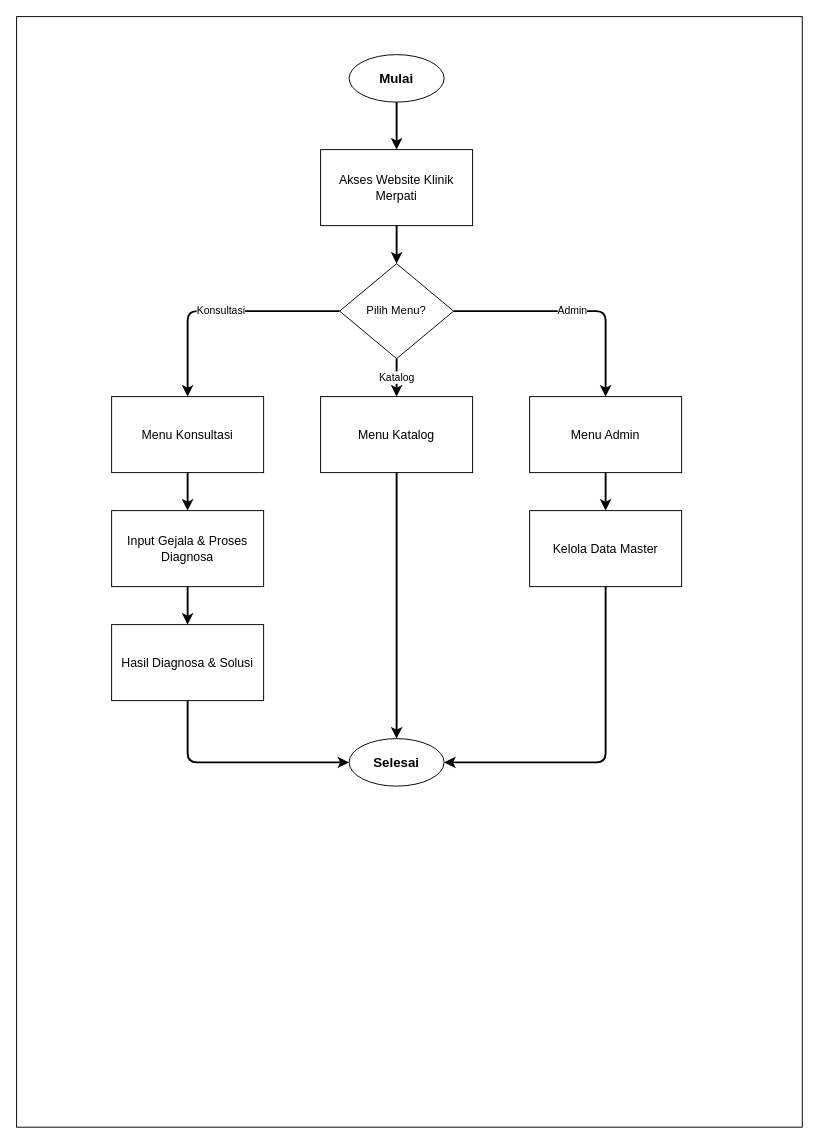
Above: diagram/flowchart/sistem_baru.drawio in Jinsky/Jinsky (draw.io), before the change. Source tidied: cells renumbered, new cells numbered last; positions are measured from the earlier drawing's top-left corner, leaving out a move shared by most shapes. Both pictures are drawn from the tidied source at 95%, with x=0, y=0 at pixel (16, 16).
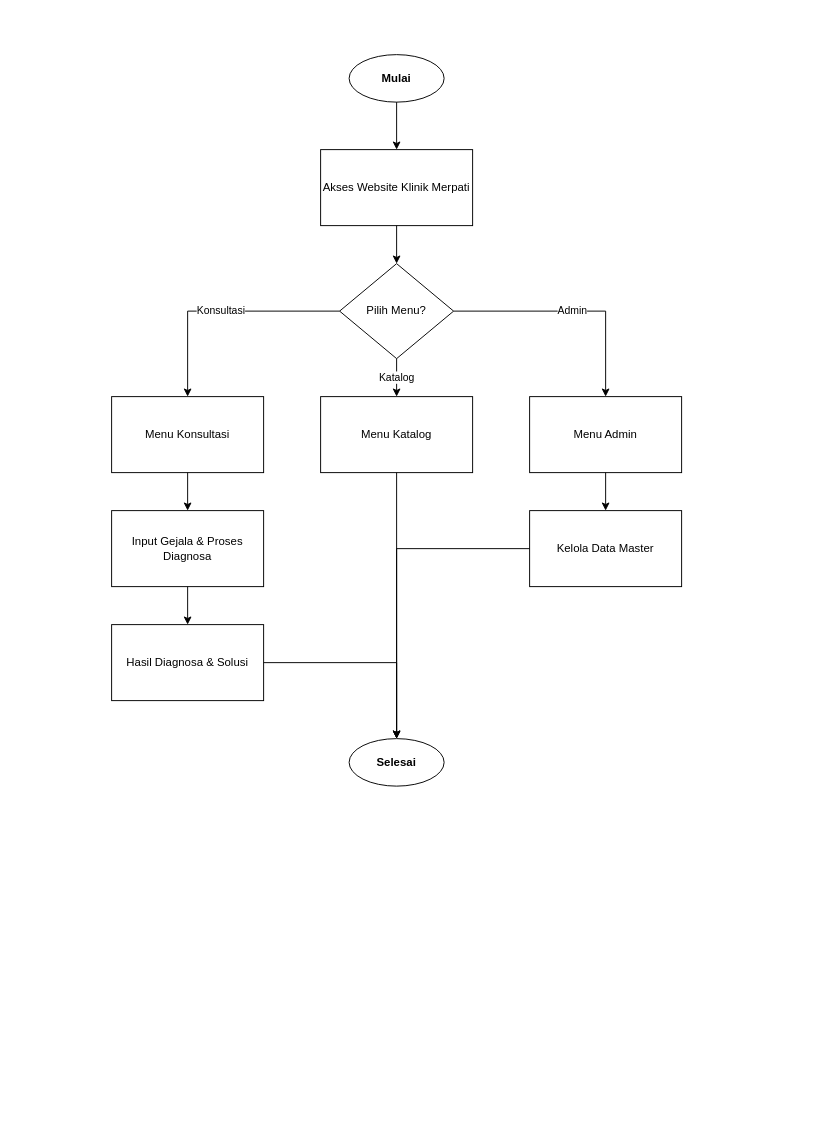
Above is the later version.

Diff of the diagram source:
```diff
@@
-    <mxCell id="2" style="rounded=0;whiteSpace=wrap;html=1;" parent="1" vertex="1">
+    <mxCell id="2" style="rounded=0;whiteSpace=wrap;html=1;fillColor=#ffffff;strokeColor=none;" parent="1" vertex="1">
       <mxGeometry width="827" height="1169" as="geometry" />
     </mxCell>
+    <mxCell id="24" value="Mulai" style="ellipse;whiteSpace=wrap;html=1;fontStyle=1;fontSize=12;fillColor=#ffffff;strokeColor=#000000;" parent="1" vertex="1">
+      <mxGeometry x="350" y="40" width="100" height="50" as="geometry" />
+    </mxCell>
+    <mxCell id="25" value="Akses Website Klinik Merpati" style="rounded=0;whiteSpace=wrap;html=1;fontSize=12;fillColor=#ffffff;strokeColor=#000000;" parent="1" vertex="1">
+      <mxGeometry x="320" y="140" width="160" height="80" as="geometry" />
+    </mxCell>
-    <mxCell id="3" value="Mulai" style="ellipse;whiteSpace=wrap;html=1;fontStyle=1;fontSize=14;" parent="1" vertex="1">
-      <mxGeometry x="350" y="40" width="100" height="50" as="geometry" />
+    <mxCell id="3" value="Pilih Menu?" style="rhombus;whiteSpace=wrap;html=1;fontSize=12;fillColor=#ffffff;strokeColor=#000000;" parent="1" vertex="1">
+      <mxGeometry x="340" y="260" width="120" height="100" as="geometry" />
     </mxCell>
-    <mxCell id="4" value="Akses Website Klinik Merpati" style="rounded=0;whiteSpace=wrap;html=1;fontSize=13;" parent="1" vertex="1">
-      <mxGeometry x="320" y="140" width="160" height="80" as="geometry" />
+    <mxCell id="4" value="Menu Konsultasi" style="rounded=0;whiteSpace=wrap;html=1;fontSize=12;fillColor=#ffffff;strokeColor=#000000;" parent="1" vertex="1">
+      <mxGeometry x="100" y="400" width="160" height="80" as="geometry" />
     </mxCell>
-    <mxCell id="5" value="Pilih Menu?" style="rhombus;whiteSpace=wrap;html=1;fontSize=12;" parent="1" vertex="1">
-      <mxGeometry x="340" y="260" width="120" height="100" as="geometry" />
+    <mxCell id="5" value="Menu Katalog" style="rounded=0;whiteSpace=wrap;html=1;fontSize=12;fillColor=#ffffff;strokeColor=#000000;" parent="1" vertex="1">
+      <mxGeometry x="320" y="400" width="160" height="80" as="geometry" />
     </mxCell>
-    <mxCell id="6" value="Menu Konsultasi" style="rounded=0;whiteSpace=wrap;html=1;fontSize=13;" parent="1" vertex="1">
-      <mxGeometry x="100" y="400" width="160" height="80" as="geometry" />
+    <mxCell id="6" value="Menu Admin" style="rounded=0;whiteSpace=wrap;html=1;fontSize=12;fillColor=#ffffff;strokeColor=#000000;" parent="1" vertex="1">
+      <mxGeometry x="540" y="400" width="160" height="80" as="geometry" />
     </mxCell>
-    <mxCell id="7" value="Menu Katalog" style="rounded=0;whiteSpace=wrap;html=1;fontSize=13;" parent="1" vertex="1">
-      <mxGeometry x="320" y="400" width="160" height="80" as="geometry" />
+    <mxCell id="7" value="Input Gejala &amp; Proses Diagnosa" style="rounded=0;whiteSpace=wrap;html=1;fontSize=12;fillColor=#ffffff;strokeColor=#000000;" parent="1" vertex="1">
+      <mxGeometry x="100" y="520" width="160" height="80" as="geometry" />
     </mxCell>
-    <mxCell id="8" value="Menu Admin" style="rounded=0;whiteSpace=wrap;html=1;fontSize=13;" parent="1" vertex="1">
-      <mxGeometry x="540" y="400" width="160" height="80" as="geometry" />
+    <mxCell id="8" value="Hasil Diagnosa &amp; Solusi" style="rounded=0;whiteSpace=wrap;html=1;fontSize=12;fillColor=#ffffff;strokeColor=#000000;" parent="1" vertex="1">
+      <mxGeometry x="100" y="640" width="160" height="80" as="geometry" />
     </mxCell>
-    <mxCell id="9" value="Input Gejala &amp; Proses Diagnosa" style="rounded=0;whiteSpace=wrap;html=1;fontSize=13;" parent="1" vertex="1">
-      <mxGeometry x="100" y="520" width="160" height="80" as="geometry" />
+    <mxCell id="9" value="Kelola Data Master" style="rounded=0;whiteSpace=wrap;html=1;fontSize=12;fillColor=#ffffff;strokeColor=#000000;" parent="1" vertex="1">
+      <mxGeometry x="540" y="520" width="160" height="80" as="geometry" />
     </mxCell>
-    <mxCell id="10" value="Hasil Diagnosa &amp; Solusi" style="rounded=0;whiteSpace=wrap;html=1;fontSize=13;" parent="1" vertex="1">
-      <mxGeometry x="100" y="640" width="160" height="80" as="geometry" />
+    <mxCell id="10" value="Selesai" style="ellipse;whiteSpace=wrap;html=1;fontStyle=1;fontSize=12;fillColor=#ffffff;strokeColor=#000000;" parent="1" vertex="1">
+      <mxGeometry x="350" y="760" width="100" height="50" as="geometry" />
     </mxCell>
-    <mxCell id="11" value="Kelola Data Master" style="rounded=0;whiteSpace=wrap;html=1;fontSize=13;" parent="1" vertex="1">
-      <mxGeometry x="540" y="520" width="160" height="80" as="geometry" />
+    <mxCell id="11" style="edgeStyle=orthogonalEdgeStyle;rounded=0;jettySize=auto;html=1;strokeColor=#000000;fontSize=11;" parent="1" edge="1" source="24" target="25">
+      <mxGeometry relative="1" as="geometry" />
     </mxCell>
-    <mxCell id="12" value="Selesai" style="ellipse;whiteSpace=wrap;html=1;fontStyle=1;fontSize=14;" parent="1" vertex="1">
-      <mxGeometry x="350" y="760" width="100" height="50" as="geometry" />
+    <mxCell id="12" style="edgeStyle=orthogonalEdgeStyle;rounded=0;jettySize=auto;html=1;strokeColor=#000000;fontSize=11;" parent="1" edge="1" source="25" target="3">
+      <mxGeometry relative="1" as="geometry" />
     </mxCell>
-    <mxCell id="13" style="edgeStyle=orthogonalEdgeStyle;rounded=1;jettySize=auto;html=1;strokeWidth=2;fontSize=11;" parent="1" edge="1" source="3" target="4">
-      <mxGeometry relative="1" as="geometry" />
-    </mxCell>
-    <mxCell id="14" style="edgeStyle=orthogonalEdgeStyle;rounded=1;jettySize=auto;html=1;strokeWidth=2;fontSize=11;" parent="1" edge="1" source="4" target="5">
-      <mxGeometry relative="1" as="geometry" />
-    </mxCell>
-    <mxCell id="15" value="Konsultasi" style="edgeStyle=orthogonalEdgeStyle;rounded=1;jettySize=auto;html=1;strokeWidth=2;fontSize=11;exitX=0;exitY=0.5;exitDx=0;exitDy=0;entryX=0.5;entryY=0;entryDx=0;entryDy=0;" parent="1" edge="1" source="5" target="6">
+    <mxCell id="15" value="Konsultasi" style="edgeStyle=orthogonalEdgeStyle;rounded=0;jettySize=auto;html=1;strokeColor=#000000;fontSize=11;" parent="1" edge="1" source="3" target="4">
       <mxGeometry relative="1" as="geometry" />
     </mxCell>
-    <mxCell id="16" value="Katalog" style="edgeStyle=orthogonalEdgeStyle;rounded=1;jettySize=auto;html=1;strokeWidth=2;fontSize=11;" parent="1" edge="1" source="5" target="7">
+    <mxCell id="16" value="Katalog" style="edgeStyle=orthogonalEdgeStyle;rounded=0;jettySize=auto;html=1;strokeColor=#000000;fontSize=11;" parent="1" edge="1" source="3" target="5">
       <mxGeometry relative="1" as="geometry" />
     </mxCell>
-    <mxCell id="17" value="Admin" style="edgeStyle=orthogonalEdgeStyle;rounded=1;jettySize=auto;html=1;strokeWidth=2;fontSize=11;exitX=1;exitY=0.5;exitDx=0;exitDy=0;entryX=0.5;entryY=0;entryDx=0;entryDy=0;" parent="1" edge="1" source="5" target="8">
+    <mxCell id="17" value="Admin" style="edgeStyle=orthogonalEdgeStyle;rounded=0;jettySize=auto;html=1;strokeColor=#000000;fontSize=11;" parent="1" edge="1" source="3" target="6">
       <mxGeometry relative="1" as="geometry" />
     </mxCell>
+    <mxCell id="26" style="edgeStyle=orthogonalEdgeStyle;rounded=0;jettySize=auto;html=1;strokeColor=#000000;fontSize=11;" parent="1" edge="1" source="4" target="7">
+      <mxGeometry relative="1" as="geometry" />
+    </mxCell>
+    <mxCell id="27" style="edgeStyle=orthogonalEdgeStyle;rounded=0;jettySize=auto;html=1;strokeColor=#000000;fontSize=11;" parent="1" edge="1" source="7" target="8">
+      <mxGeometry relative="1" as="geometry" />
+    </mxCell>
+    <mxCell id="28" style="edgeStyle=orthogonalEdgeStyle;rounded=0;jettySize=auto;html=1;strokeColor=#000000;fontSize=11;" parent="1" edge="1" source="8" target="10">
+      <mxGeometry relative="1" as="geometry" />
+    </mxCell>
+    <mxCell id="29" style="edgeStyle=orthogonalEdgeStyle;rounded=0;jettySize=auto;html=1;strokeColor=#000000;fontSize=11;" parent="1" edge="1" source="5" target="10">
+      <mxGeometry relative="1" as="geometry" />
+    </mxCell>
-    <mxCell id="18" style="edgeStyle=orthogonalEdgeStyle;rounded=1;jettySize=auto;html=1;strokeWidth=2;fontSize=11;" parent="1" edge="1" source="6" target="9">
+    <mxCell id="18" style="edgeStyle=orthogonalEdgeStyle;rounded=0;jettySize=auto;html=1;strokeColor=#000000;fontSize=11;" parent="1" edge="1" source="6" target="9">
       <mxGeometry relative="1" as="geometry" />
     </mxCell>
-    <mxCell id="19" style="edgeStyle=orthogonalEdgeStyle;rounded=1;jettySize=auto;html=1;strokeWidth=2;fontSize=11;" parent="1" edge="1" source="9" target="10">
+    <mxCell id="19" style="edgeStyle=orthogonalEdgeStyle;rounded=0;jettySize=auto;html=1;strokeColor=#000000;fontSize=11;" parent="1" edge="1" source="9" target="10">
       <mxGeometry relative="1" as="geometry" />
     </mxCell>
-    <mxCell id="20" style="edgeStyle=orthogonalEdgeStyle;rounded=1;jettySize=auto;html=1;strokeWidth=2;fontSize=11;exitX=0.5;exitY=1;exitDx=0;exitDy=0;entryX=0;entryY=0.5;entryDx=0;entryDy=0;" parent="1" edge="1" source="10" target="12">
-      <mxGeometry relative="1" as="geometry" />
-    </mxCell>
-    <mxCell id="21" style="edgeStyle=orthogonalEdgeStyle;rounded=1;jettySize=auto;html=1;strokeWidth=2;fontSize=11;" parent="1" edge="1" source="7" target="12">
-      <mxGeometry relative="1" as="geometry" />
-    </mxCell>
-    <mxCell id="22" style="edgeStyle=orthogonalEdgeStyle;rounded=1;jettySize=auto;html=1;strokeWidth=2;fontSize=11;" parent="1" edge="1" source="8" target="11">
-      <mxGeometry relative="1" as="geometry" />
-    </mxCell>
-    <mxCell id="23" style="edgeStyle=orthogonalEdgeStyle;rounded=1;jettySize=auto;html=1;strokeWidth=2;fontSize=11;exitX=0.5;exitY=1;exitDx=0;exitDy=0;entryX=1;entryY=0.5;entryDx=0;entryDy=0;" parent="1" edge="1" source="11" target="12">
-      <mxGeometry relative="1" as="geometry" />
-    </mxCell>
```
